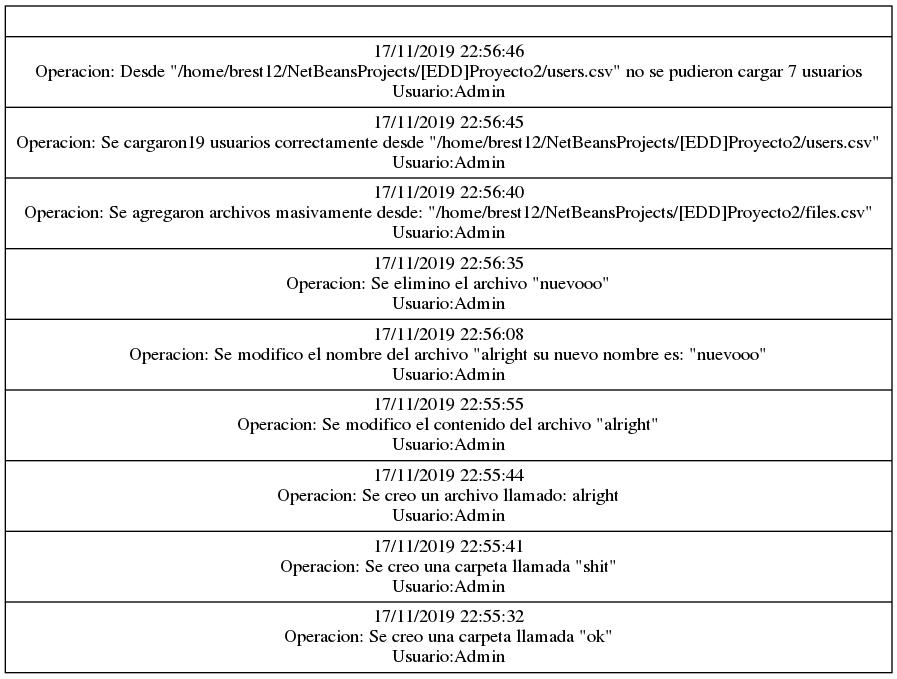
The Graphviz diagram Reports/pila.png in JPineda12/EDD_2S2019_PY2_201404405, before a commit. Its source is kept beside it as Reports/pila.dot. Source of this version:
```dot
digraph stack{
    node [shape=record];
    pila[label="{|17/11/2019 22:56:46\nOperacion: Desde \"/home/brest12/NetBeansProjects/[EDD]Proyecto2/users.csv\" no se pudieron cargar 7 usuarios\nUsuario:Admin|17/11/2019 22:56:45\nOperacion: Se cargaron19 usuarios correctamente desde \"/home/brest12/NetBeansProjects/[EDD]Proyecto2/users.csv\"\nUsuario:Admin|17/11/2019 22:56:40\nOperacion: Se agregaron archivos masivamente desde: \"/home/brest12/NetBeansProjects/[EDD]Proyecto2/files.csv\"\nUsuario:Admin|17/11/2019 22:56:35\nOperacion: Se elimino el archivo \"nuevooo\"\nUsuario:Admin|17/11/2019 22:56:08\nOperacion: Se modifico el nombre del archivo \"alright su nuevo nombre es: \"nuevooo\"\nUsuario:Admin|17/11/2019 22:55:55\nOperacion: Se modifico el contenido del archivo \"alright\"\nUsuario:Admin|17/11/2019 22:55:44\nOperacion: Se creo un archivo llamado: alright\nUsuario:Admin|17/11/2019 22:55:41\nOperacion: Se creo una carpeta llamada \"shit\"\nUsuario:Admin|17/11/2019 22:55:32\nOperacion: Se creo una carpeta llamada \"ok\"\nUsuario:Admin}"];
}
```
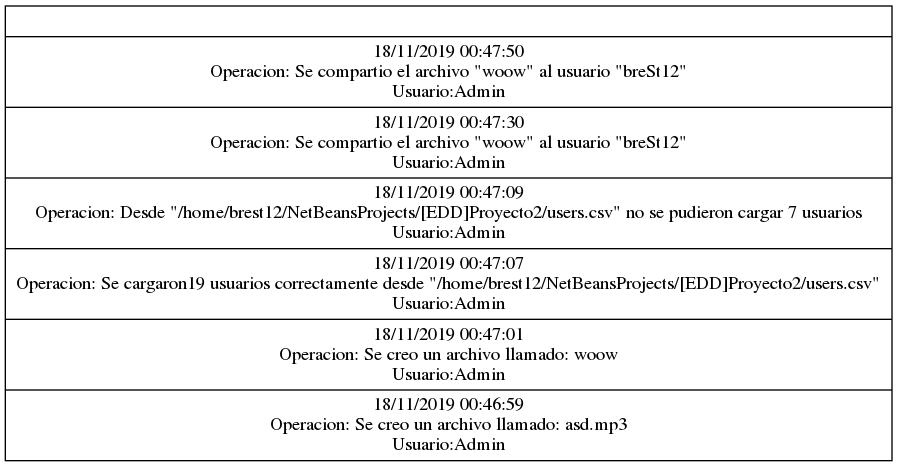
The same diagram one commit later.

Change to the diagram source:
```diff
@@ -1,4 +1,4 @@
 digraph stack{
     node [shape=record];
-    pila[label="{|17/11/2019 22:56:46\nOperacion: Desde \"/home/brest12/NetBeansProjects/[EDD]Proyecto2/users.csv\" no se pudieron cargar 7 usuarios\nUsuario:Admin|17/11/2019 22:56:45\nOperacion: Se cargaron19 usuarios correctamente desde \"/home/brest12/NetBeansProjects/[EDD]Proyecto2/users.csv\"\nUsuario:Admin|17/11/2019 22:56:40\nOperacion: Se agregaron archivos masivamente desde: \"/home/brest12/NetBeansProjects/[EDD]Proyecto2/files.csv\"\nUsuario:Admin|17/11/2019 22:56:35\nOperacion: Se elimino el archivo \"nuevooo\"\nUsuario:Admin|17/11/2019 22:56:08\nOperacion: Se modifico el nombre del archivo \"alright su nuevo nombre es: \"nuevooo\"\nUsuario:Admin|17/11/2019 22:55:55\nOperacion: Se modifico el contenido del archivo \"alright\"\nUsuario:Admin|17/11/2019 22:55:44\nOperacion: Se creo un archivo llamado: alright\nUsuario:Admin|17/11/2019 22:55:41\nOperacion: Se creo una carpeta llamada \"shit\"\nUsuario:Admin|17/11/2019 22:55:32\nOperacion: Se creo una carpeta llamada \"ok\"\nUsuario:Admin}"];
+    pila[label="{|18/11/2019 00:47:50\nOperacion: Se compartio el archivo \"woow\" al usuario \"breSt12\"\nUsuario:Admin|18/11/2019 00:47:30\nOperacion: Se compartio el archivo \"woow\" al usuario \"breSt12\"\nUsuario:Admin|18/11/2019 00:47:09\nOperacion: Desde \"/home/brest12/NetBeansProjects/[EDD]Proyecto2/users.csv\" no se pudieron cargar 7 usuarios\nUsuario:Admin|18/11/2019 00:47:07\nOperacion: Se cargaron19 usuarios correctamente desde \"/home/brest12/NetBeansProjects/[EDD]Proyecto2/users.csv\"\nUsuario:Admin|18/11/2019 00:47:01\nOperacion: Se creo un archivo llamado: woow\nUsuario:Admin|18/11/2019 00:46:59\nOperacion: Se creo un archivo llamado: asd.mp3\nUsuario:Admin}"];
 }
```
